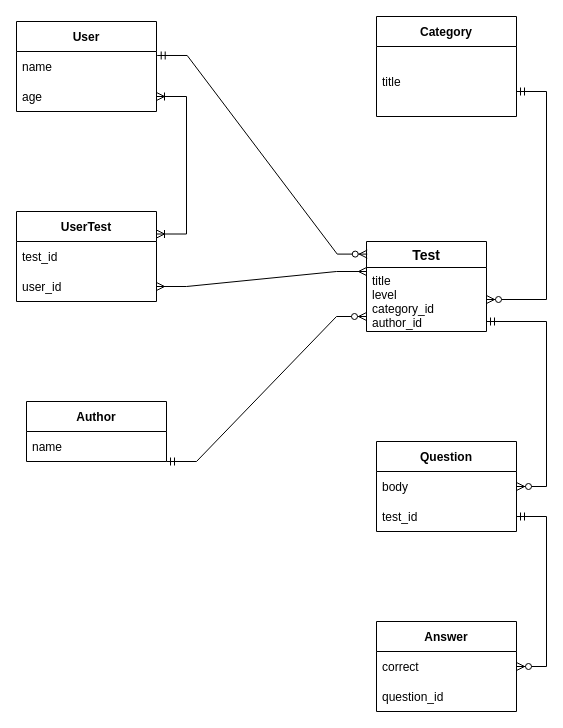
This is Untitled Diagram.drawio from bakutinamari/Test_Guru, a draw.io file, before an edit. Source tidied: cells renumbered, new cells numbered last; positions are measured from the earlier drawing's top-left corner, leaving out a move shared by most shapes. Both pictures are drawn from the tidied source at 100%, with x=0, y=0 at pixel (16, 16).
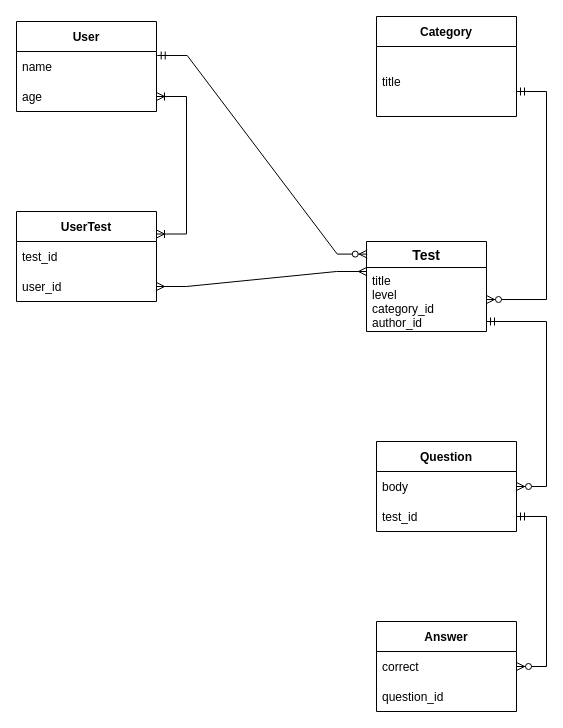
The same page after the edit.

Change to the diagram source:
```diff
@@
-    <mxCell id="21" style="edgeStyle=entityRelationEdgeStyle;fontSize=12;html=1;endArrow=ERzeroToMany;startArrow=ERmandOne;rounded=0;entryX=0;entryY=0.5;entryDx=0;entryDy=0;exitX=1;exitY=0.5;exitDx=0;exitDy=0;" parent="1" edge="1">
-      <mxGeometry relative="1" as="geometry">
-        <mxPoint x="150" y="445" as="sourcePoint" />
-        <mxPoint x="350" y="300" as="targetPoint" />
-      </mxGeometry>
-    </mxCell>
@@
-    <mxCell id="25" value="Author" style="swimlane;fontStyle=1;horizontal=1;startSize=30;" parent="1" vertex="1">
-      <mxGeometry x="10" y="385" width="140" height="60" as="geometry" />
-    </mxCell>
-    <mxCell id="26" value="name" style="text;strokeColor=none;fillColor=none;align=left;verticalAlign=middle;spacingLeft=4;spacingRight=4;overflow=hidden;" parent="25" vertex="1">
-      <mxGeometry y="30" width="140" height="30" as="geometry" />
-    </mxCell>
```
